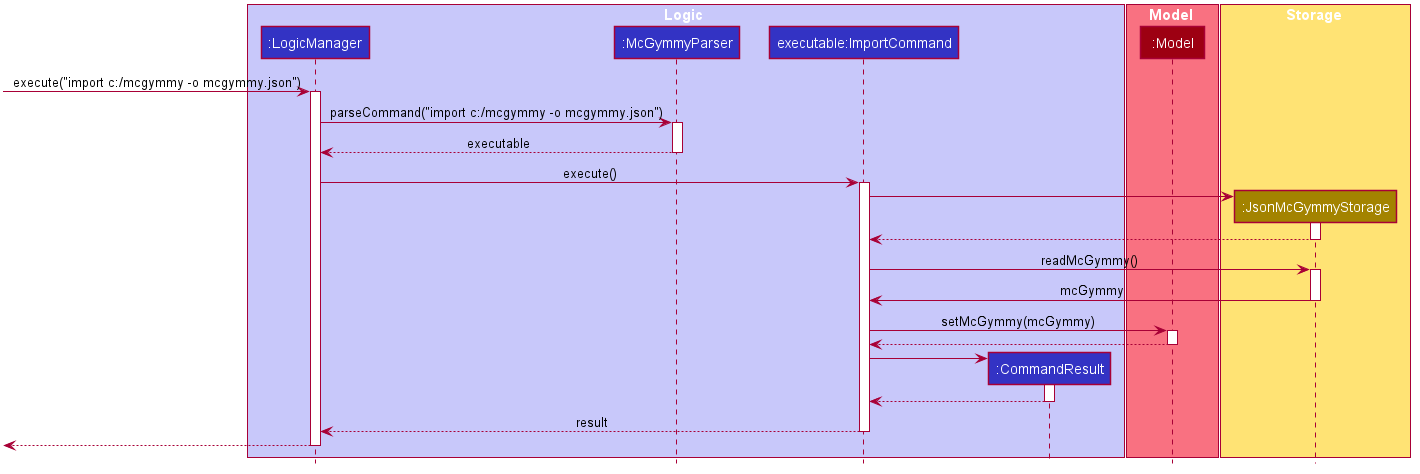
This is docs/images/ImportSequenceDiagram.png from nus-cs2103-AY2021S1/tp, a PlantUML export, as it was before one commit.
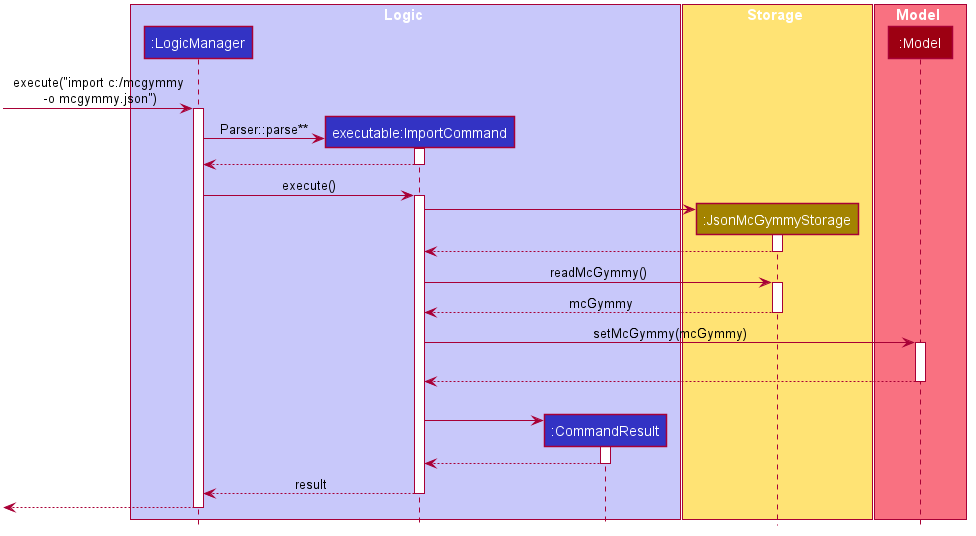
The same file after the commit.

Commit message:
Simplify ImportSequenceDiagram

What changed in the source:
```diff
@@ -50,27 +50,27 @@
 
 box Logic #C8C8FA
 participant ":LogicManager" as LogicManager #3333C4
-participant ":McGymmyParser" as McGymmyParser #3333C4
 participant "executable:ImportCommand" as ImportCommand #3333C4
 participant ":CommandResult" as CommandResult #3333C4
+end box
+
+box Storage #FFE374
+participant ":JsonMcGymmyStorage" as JsonMcGymmyStorage #A38300
 end box
 
 box Model #F97181
 participant ":Model" as Model #9D0012
 end box
 
-box Storage #FFE374
-participant ":JsonMcGymmyStorage" as JsonMcGymmyStorage #A38300
-end box
-
-[-> LogicManager : execute("import c:/mcgymmy -o mcgymmy.json")
+[-> LogicManager : execute("import c:/mcgymmy\n -o mcgymmy.json")
 activate LogicManager
 
-LogicManager -> McGymmyParser : parseCommand("import c:/mcgymmy -o mcgymmy.json")
-activate McGymmyParser
+create ImportCommand
+LogicManager -> ImportCommand : Parser::parse**
+activate ImportCommand
 
-McGymmyParser --> LogicManager : executable
-deactivate McGymmyParser
+ImportCommand --> LogicManager
+deactivate ImportCommand
 
 LogicManager -> ImportCommand : execute()
 activate ImportCommand
@@ -85,14 +85,16 @@
 ImportCommand -> JsonMcGymmyStorage : readMcGymmy()
 activate JsonMcGymmyStorage
 
-JsonMcGymmyStorage -> ImportCommand : mcGymmy
+JsonMcGymmyStorage --> ImportCommand : mcGymmy
 deactivate JsonMcGymmyStorage
 
 ImportCommand -> Model : setMcGymmy(mcGymmy)
 activate Model
+|||
 
 Model --> ImportCommand
 deactivate Model
+|||
 
 create CommandResult
 ImportCommand -> CommandResult
```
